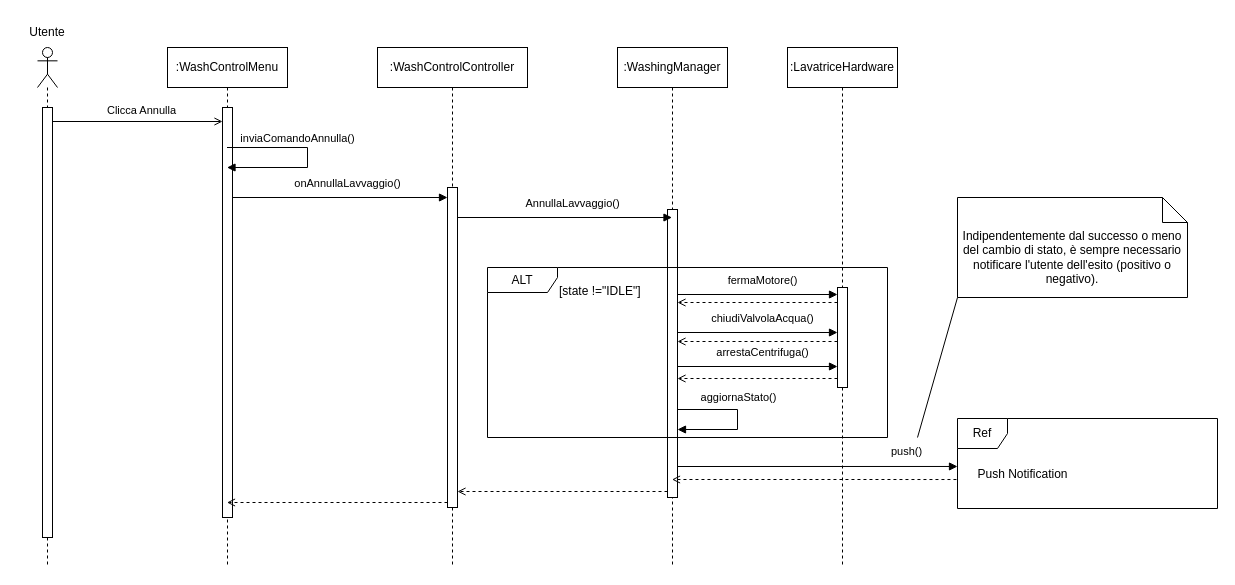
This is content/seq/seqAnnullaLav.drawio from uni-aca100/ing-proj, a draw.io file, before an edit. Source tidied: cells renumbered, new cells numbered last; positions are measured from the earlier drawing's top-left corner, leaving out a move shared by most shapes. Both pictures are drawn from the tidied source at 100%, with x=0, y=0 at pixel (17, 17).
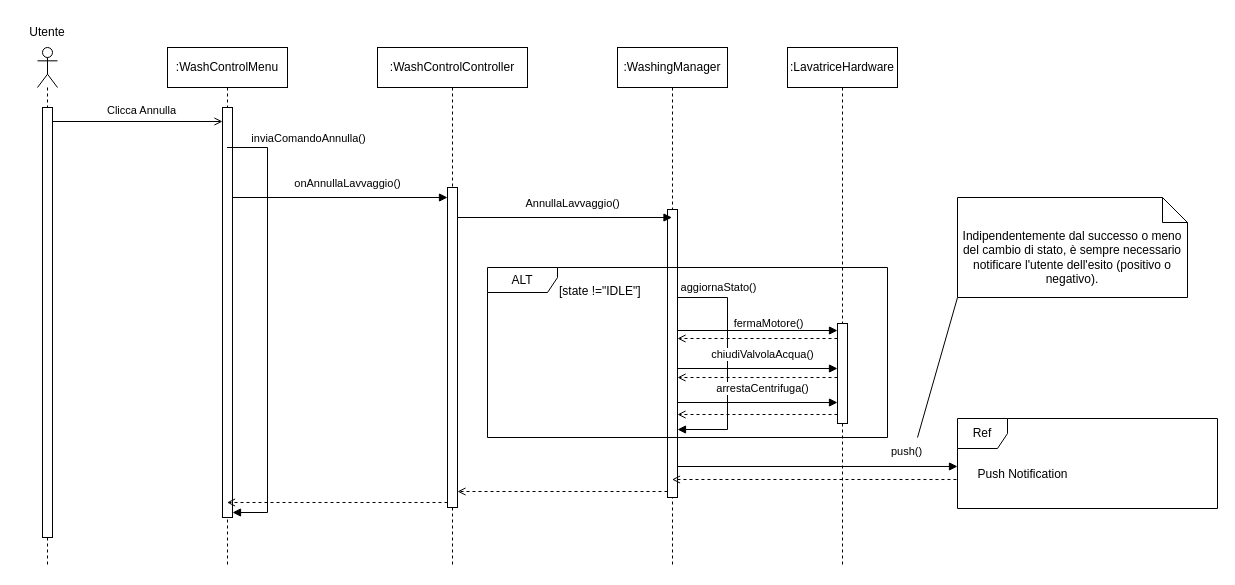
Above is the later version.

Unchanged cells that the change refers to:
```xml
<mxCell id="4" value=":WashingManager" style="shape=umlLifeline;perimeter=lifelinePerimeter;whiteSpace=wrap;html=1;newEdgeStyle={&quot;curved&quot;:0,&quot;rounded&quot;:0};" parent="1" vertex="1">
  <mxGeometry x="600" y="30" width="110" height="520" as="geometry" />
</mxCell>
<mxCell id="5" style="html=1;points=[[0,0,0,0,5],[0,1,0,0,-5],[1,0,0,0,5],[1,1,0,0,-5]];perimeter=orthogonalPerimeter;outlineConnect=0;targetShapes=umlLifeline;portConstraint=eastwest;newEdgeStyle={&quot;curved&quot;:0,&quot;rounded&quot;:0};" parent="4" vertex="1">
  <mxGeometry x="50" y="162" width="10" height="288" as="geometry" />
</mxCell>
<mxCell id="9" style="html=1;points=[[0,0,0,0,5],[0,1,0,0,-5],[1,0,0,0,5],[1,1,0,0,-5]];perimeter=orthogonalPerimeter;outlineConnect=0;targetShapes=umlLifeline;portConstraint=eastwest;newEdgeStyle={&quot;curved&quot;:0,&quot;rounded&quot;:0};" parent="8" vertex="1">
  <mxGeometry x="55" y="60" width="10" height="410" as="geometry" />
</mxCell>
<mxCell id="25" value=":LavatriceHardware" style="shape=umlLifeline;perimeter=lifelinePerimeter;whiteSpace=wrap;html=1;newEdgeStyle={&quot;curved&quot;:0,&quot;rounded&quot;:0};" parent="1" vertex="1">
  <mxGeometry x="770" y="30" width="110" height="520" as="geometry" />
</mxCell>
```

The edit, as a diff of the source:
```diff
@@
-    <mxCell id="6" style="html=1;verticalAlign=bottom;labelBackgroundColor=none;endArrow=block;endFill=1;rounded=0;" parent="4" edge="1">
+    <mxCell id="6" style="html=1;verticalAlign=bottom;labelBackgroundColor=none;endArrow=block;endFill=1;rounded=0;" parent="4" edge="1" source="5">
       <mxGeometry relative="1" as="geometry">
-        <mxPoint x="60" y="362" as="sourcePoint" />
         <mxPoint x="60" y="382" as="targetPoint" />
         <Array as="points">
-          <mxPoint x="120" y="362" />
-          <mxPoint x="120" y="382" />
+          <mxPoint x="110" y="250" />
+          <mxPoint x="110" y="382" />
         </Array>
       </mxGeometry>
     </mxCell>
     <mxCell id="7" value="aggiornaStato()" style="edgeLabel;html=1;align=center;verticalAlign=middle;" parent="6" vertex="1">
       <mxGeometry x="0.11" relative="1" as="geometry">
-        <mxPoint y="-31" as="offset" />
+        <mxPoint x="-10" y="-90" as="offset" />
       </mxGeometry>
     </mxCell>
@@
-    <mxCell id="16" style="html=1;verticalAlign=bottom;labelBackgroundColor=none;endArrow=block;endFill=1;rounded=0;" parent="1" edge="1">
+    <mxCell id="16" style="html=1;verticalAlign=bottom;labelBackgroundColor=none;endArrow=block;endFill=1;rounded=0;entryX=1;entryY=1;entryDx=0;entryDy=-5;entryPerimeter=0;" parent="1" edge="1" target="9">
       <mxGeometry relative="1" as="geometry">
         <mxPoint x="209.5" y="130" as="sourcePoint" />
-        <mxPoint x="209.5" y="150" as="targetPoint" />
         <Array as="points">
-          <mxPoint x="290" y="130" />
-          <mxPoint x="290" y="150" />
+          <mxPoint x="250" y="130" />
+          <mxPoint x="250" y="495" />
         </Array>
       </mxGeometry>
     </mxCell>
     <mxCell id="17" value="inviaComandoAnnulla()" style="edgeLabel;html=1;align=center;verticalAlign=middle;" parent="16" vertex="1">
       <mxGeometry x="-0.52" y="1" relative="1" as="geometry">
-        <mxPoint x="27" y="-9" as="offset" />
+        <mxPoint x="39" y="-75" as="offset" />
       </mxGeometry>
     </mxCell>
@@
     <mxCell id="26" style="html=1;perimeter=orthogonalPerimeter;targetShapes=umlLifeline;newEdgeStyle={&quot;curved&quot;:0,&quot;rounded&quot;:0};" parent="25" vertex="1">
-      <mxGeometry x="50" y="240" width="10" height="100" as="geometry" />
+      <mxGeometry x="50" y="276" width="10" height="100" as="geometry" />
     </mxCell>
     <mxCell id="27" style="html=1;verticalAlign=bottom;labelBackgroundColor=none;endArrow=block;endFill=1;rounded=0;" parent="1" edge="1">
       <mxGeometry relative="1" as="geometry">
-        <mxPoint x="660" y="277" as="sourcePoint" />
-        <mxPoint x="820" y="277" as="targetPoint" />
+        <mxPoint x="660" y="313" as="sourcePoint" />
+        <mxPoint x="820" y="313" as="targetPoint" />
       </mxGeometry>
     </mxCell>
     <mxCell id="28" value="fermaMotore()" style="edgeLabel;html=1;align=center;verticalAlign=middle;" parent="27" vertex="1">
       <mxGeometry x="0.11" relative="1" as="geometry">
-        <mxPoint x="-5" y="-15" as="offset" />
+        <mxPoint x="1" y="-8" as="offset" />
       </mxGeometry>
     </mxCell>
     <mxCell id="29" style="html=1;verticalAlign=bottom;labelBackgroundColor=none;endArrow=open;endFill=0;dashed=1;rounded=0;" parent="1" edge="1">
       <mxGeometry relative="1" as="geometry">
-        <mxPoint x="820" y="285" as="sourcePoint" />
-        <mxPoint x="660" y="285" as="targetPoint" />
+        <mxPoint x="820" y="321" as="sourcePoint" />
+        <mxPoint x="660" y="321" as="targetPoint" />
       </mxGeometry>
     </mxCell>
@@
     <mxCell id="36" style="html=1;verticalAlign=bottom;labelBackgroundColor=none;endArrow=block;endFill=1;rounded=0;" parent="1" edge="1">
       <mxGeometry relative="1" as="geometry">
-        <mxPoint x="660" y="315" as="sourcePoint" />
-        <mxPoint x="820" y="315" as="targetPoint" />
+        <mxPoint x="660" y="351" as="sourcePoint" />
+        <mxPoint x="820" y="351" as="targetPoint" />
       </mxGeometry>
     </mxCell>
@@
     <mxCell id="38" style="html=1;verticalAlign=bottom;labelBackgroundColor=none;endArrow=open;endFill=0;dashed=1;rounded=0;" parent="1" edge="1">
       <mxGeometry relative="1" as="geometry">
-        <mxPoint x="820" y="324" as="sourcePoint" />
-        <mxPoint x="660" y="324" as="targetPoint" />
+        <mxPoint x="820" y="360" as="sourcePoint" />
+        <mxPoint x="660" y="360" as="targetPoint" />
       </mxGeometry>
     </mxCell>
     <mxCell id="39" style="html=1;verticalAlign=bottom;labelBackgroundColor=none;endArrow=block;endFill=1;rounded=0;" parent="1" edge="1">
       <mxGeometry relative="1" as="geometry">
-        <mxPoint x="660" y="349" as="sourcePoint" />
-        <mxPoint x="820" y="349" as="targetPoint" />
+        <mxPoint x="660" y="385" as="sourcePoint" />
+        <mxPoint x="820" y="385" as="targetPoint" />
       </mxGeometry>
     </mxCell>
@@
     <mxCell id="41" style="html=1;verticalAlign=bottom;labelBackgroundColor=none;endArrow=open;endFill=0;dashed=1;rounded=0;" parent="1" edge="1">
       <mxGeometry relative="1" as="geometry">
-        <mxPoint x="820" y="361" as="sourcePoint" />
-        <mxPoint x="660" y="361" as="targetPoint" />
+        <mxPoint x="820" y="397" as="sourcePoint" />
+        <mxPoint x="660" y="397" as="targetPoint" />
       </mxGeometry>
     </mxCell>
```
